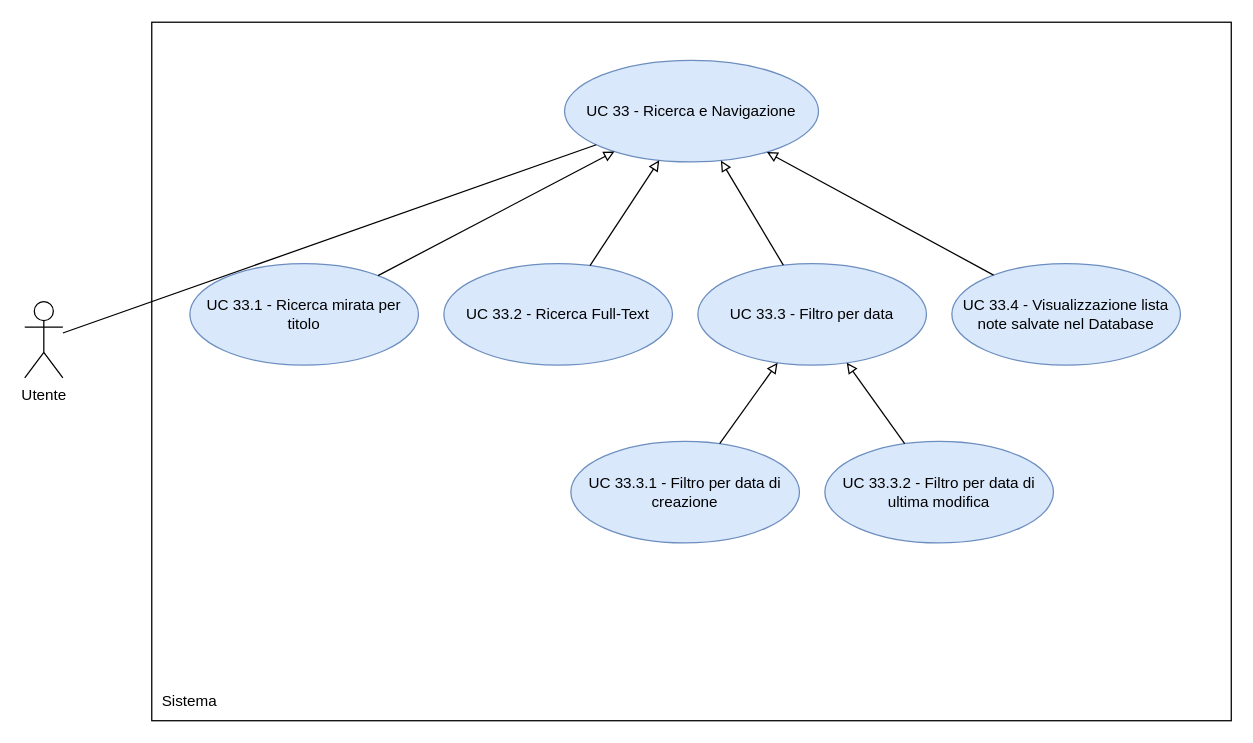
thebitless-group-swe/thebitless.github.io keeps this draw.io diagram as RTB/doc_esterna/analisi-dei-requisiti/assets/draw.io/UC33.drawio. Above is the earlier version. Source tidied: cells renumbered, new cells numbered last; positions are measured from the earlier drawing's top-left corner, leaving out a move shared by most shapes. Both pictures are drawn from the tidied source at 127%, with x=0, y=0 at pixel (24, 22).
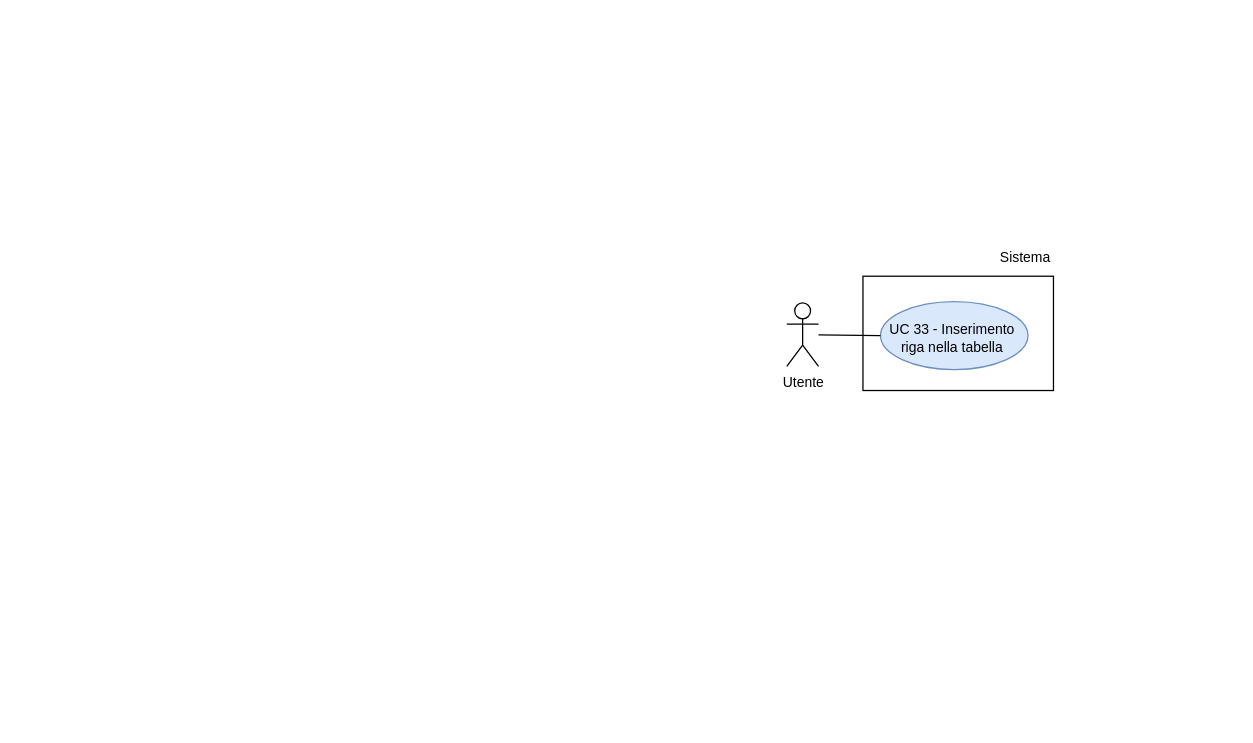
After the change.

Change to the diagram source:
```diff
@@
 <mxGraphModel>
   <root>
     <mxCell id="0" />
     <mxCell id="1" parent="0" />
-    <mxCell id="2" value="Utente" style="shape=umlActor;verticalLabelPosition=bottom;verticalAlign=top;html=1;outlineConnect=0;" parent="1" vertex="1">
-      <mxGeometry y="220" width="30" height="60" as="geometry" />
+    <mxCell id="2" value="Utente" style="shape=umlActor;verticalLabelPosition=bottom;verticalAlign=top;html=1;outlineConnect=0;fontSize=11;" parent="1" vertex="1">
+      <mxGeometry x="600" y="221" width="25" height="50" as="geometry" />
     </mxCell>
-    <mxCell id="3" style="whiteSpace=wrap;html=1;" parent="1" vertex="1">
-      <mxGeometry x="100" width="850" height="550" as="geometry" />
-    </mxCell>
+    <mxCell id="19" style="rounded=0;whiteSpace=wrap;html=1;strokeWidth=1;" parent="1" vertex="1">
+      <mxGeometry x="660" y="200" width="150" height="90" as="geometry" />
+    </mxCell>
-    <mxCell id="4" value="Sistema" style="text;html=1;whiteSpace=wrap;strokeColor=none;fillColor=none;align=center;verticalAlign=middle;rounded=0;" parent="1" vertex="1">
-      <mxGeometry x="100" y="520" width="60" height="30" as="geometry" />
+    <mxCell id="4" value="Sistema" style="text;html=1;whiteSpace=wrap;strokeColor=none;fillColor=none;align=right;verticalAlign=middle;fontSize=11;" parent="1" vertex="1">
+      <mxGeometry x="750" y="170" width="60" height="30" as="geometry" />
     </mxCell>
-    <mxCell id="5" value="UC 33 - Ricerca e Navigazione" style="ellipse;whiteSpace=wrap;html=1;fillColor=#dae8fc;strokeColor=#6c8ebf;" parent="1" vertex="1">
-      <mxGeometry x="425" y="30" width="200" height="80" as="geometry" />
-    </mxCell>
-    <mxCell id="6" style="edgeStyle=none;rounded=0;jettySize=auto;html=1;endArrow=none;endFill=0;" parent="1" edge="1" source="2" target="5">
-      <mxGeometry relative="1" as="geometry" />
-    </mxCell>
-    <mxCell id="7" value="UC 33.1 - Ricerca mirata per titolo" style="ellipse;whiteSpace=wrap;html=1;fillColor=#dae8fc;strokeColor=#6c8ebf;" parent="1" vertex="1">
-      <mxGeometry x="130" y="190" width="180" height="80" as="geometry" />
-    </mxCell>
-    <mxCell id="8" style="edgeStyle=none;rounded=0;jettySize=auto;html=1;endArrow=block;endFill=0;" parent="1" edge="1" source="7" target="5">
-      <mxGeometry relative="1" as="geometry" />
-    </mxCell>
-    <mxCell id="9" value="UC 33.2 - Ricerca Full-Text" style="ellipse;whiteSpace=wrap;html=1;fillColor=#dae8fc;strokeColor=#6c8ebf;" parent="1" vertex="1">
-      <mxGeometry x="330" y="190" width="180" height="80" as="geometry" />
-    </mxCell>
-    <mxCell id="10" style="edgeStyle=none;rounded=0;jettySize=auto;html=1;endArrow=block;endFill=0;" parent="1" edge="1" source="9" target="5">
-      <mxGeometry relative="1" as="geometry" />
-    </mxCell>
-    <mxCell id="11" value="UC 33.3 - Filtro per data" style="ellipse;whiteSpace=wrap;html=1;fillColor=#dae8fc;strokeColor=#6c8ebf;" parent="1" vertex="1">
-      <mxGeometry x="530" y="190" width="180" height="80" as="geometry" />
-    </mxCell>
-    <mxCell id="12" style="edgeStyle=none;rounded=0;jettySize=auto;html=1;endArrow=block;endFill=0;" parent="1" edge="1" source="11" target="5">
-      <mxGeometry relative="1" as="geometry" />
-    </mxCell>
-    <mxCell id="13" value="UC 33.4 - Visualizzazione lista note salvate nel Database" style="ellipse;whiteSpace=wrap;html=1;fillColor=#dae8fc;strokeColor=#6c8ebf;" parent="1" vertex="1">
-      <mxGeometry x="730" y="190" width="180" height="80" as="geometry" />
-    </mxCell>
-    <mxCell id="14" style="edgeStyle=none;rounded=0;jettySize=auto;html=1;endArrow=block;endFill=0;" parent="1" edge="1" source="13" target="5">
-      <mxGeometry relative="1" as="geometry" />
-    </mxCell>
-    <mxCell id="15" value="UC 33.3.1 - Filtro per data di creazione" style="ellipse;whiteSpace=wrap;html=1;fillColor=#dae8fc;strokeColor=#6c8ebf;" parent="1" vertex="1">
-      <mxGeometry x="430" y="330" width="180" height="80" as="geometry" />
-    </mxCell>
-    <mxCell id="16" style="edgeStyle=none;rounded=0;jettySize=auto;html=1;endArrow=block;endFill=0;" parent="1" edge="1" source="15" target="11">
-      <mxGeometry relative="1" as="geometry" />
-    </mxCell>
-    <mxCell id="17" value="UC 33.3.2 - Filtro per data di ultima modifica" style="ellipse;whiteSpace=wrap;html=1;fillColor=#dae8fc;strokeColor=#6c8ebf;" parent="1" vertex="1">
-      <mxGeometry x="630" y="330" width="180" height="80" as="geometry" />
-    </mxCell>
-    <mxCell id="18" style="edgeStyle=none;rounded=0;jettySize=auto;html=1;endArrow=block;endFill=0;" parent="1" edge="1" source="17" target="11">
-      <mxGeometry relative="1" as="geometry" />
-    </mxCell>
+    <mxCell id="20" value="UC 33 - Inserimento&amp;nbsp; riga nella tabella&amp;nbsp;" style="ellipse;whiteSpace=wrap;html=1;fillColor=#dae8fc;strokeColor=#6c8ebf;fontSize=11;spacingBottom=-5;spacingLeft=0;" parent="1" vertex="1">
+      <mxGeometry x="673.8" y="220" width="116.2" height="53.5" as="geometry" />
+    </mxCell>
+    <mxCell id="21" style="edgeStyle=none;rounded=0;jettySize=auto;html=1;endArrow=none;endFill=0;" parent="1" edge="1" source="2" target="20">
+      <mxGeometry relative="1" as="geometry" />
+    </mxCell>
+    <mxCell id="22" style="edgeStyle=orthogonalEdgeStyle;rounded=0;orthogonalLoop=1;jettySize=auto;html=1;exitX=0.5;exitY=1;exitDx=0;exitDy=0;" parent="1" edge="1" source="4" target="4">
+      <mxGeometry relative="1" as="geometry" />
+    </mxCell>
   </root>
 </mxGraphModel>
```
